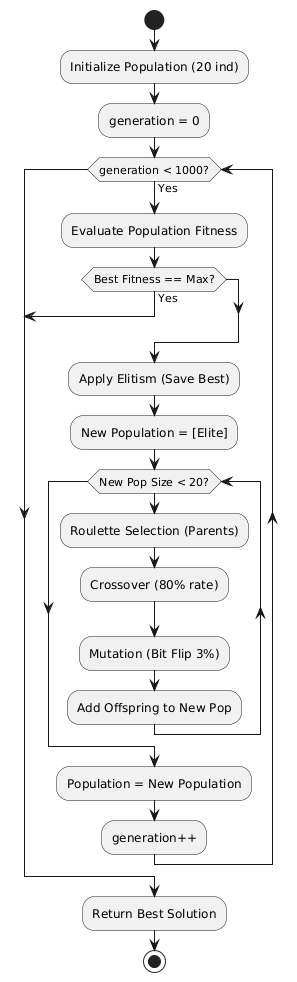
Before: references/activity_genetic_uml.png, a diagram exported from PlantUML (Code-AldreySandre/Royal-Search). Its diagram source:
```plantuml
@startuml
start
:Initialize Population (20 ind);
:generation = 0;

while (generation < 1000?) is (Yes)
    :Evaluate Population Fitness;

    if (Best Fitness == Max?) then (Yes)
        break
    endif

    :Apply Elitism (Save Best);
    :New Population = [Elite];

    while (New Pop Size < 20?)
        :Roulette Selection (Parents);
        :Crossover (80% rate);
        :Mutation (Bit Flip 3%);
        :Add Offspring to New Pop;
    endwhile

    :Population = New Population;
    :generation++;
endwhile

:Return Best Solution;
stop
@enduml
```
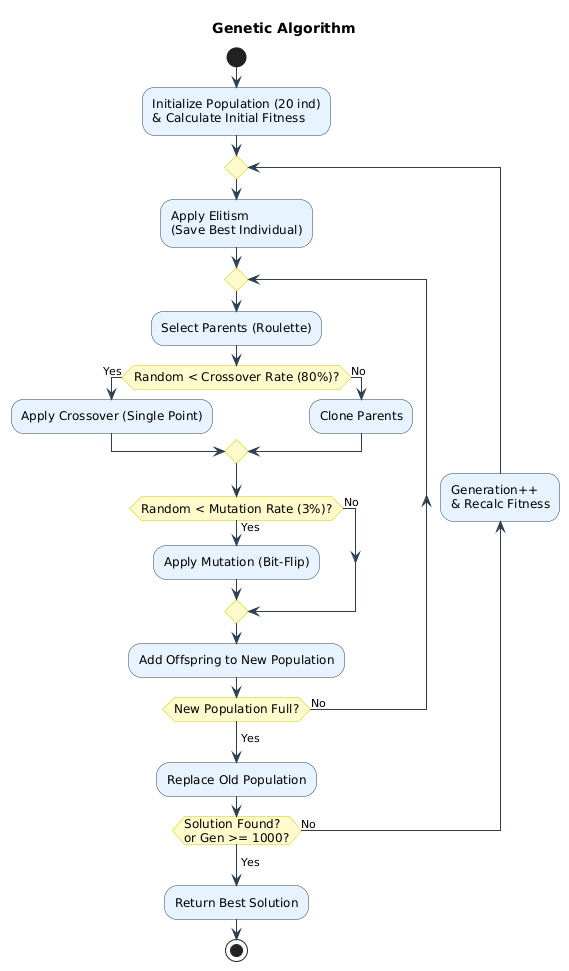
After the change.

Diff of the diagram source:
```diff
@@ -1,29 +1,61 @@
 @startuml
+skinparam backgroundColor white
+skinparam shadow false
+
+skinparam Activity {
+  BackgroundColor #E6F2FF
+  BorderColor #2C3E50
+  FontName Arial
+  FontSize 12
+  ArrowColor #2C3E50
+}
+
+skinparam ActivityDiamond {
+  BackgroundColor #FFFACD
+  BorderColor #D4C600
+}
+
+title Genetic Algorithm
+
 start
-:Initialize Population (20 ind);
-:generation = 0;
 
-while (generation < 1000?) is (Yes)
-    :Evaluate Population Fitness;
+:Initialize Population (20 ind)
+& Calculate Initial Fitness;
 
-    if (Best Fitness == Max?) then (Yes)
-        break
+repeat
+
+  :Apply Elitism
+  (Save Best Individual);
+
+  repeat
+    :Select Parents (Roulette);
+
+    if (Random < Crossover Rate (80%)?) then (Yes)
+        :Apply Crossover (Single Point);
+    else (No)
+        :Clone Parents;
     endif
 
-    :Apply Elitism (Save Best);
-    :New Population = [Elite];
+    if (Random < Mutation Rate (3%)?) then (Yes)
+        :Apply Mutation (Bit-Flip);
+    else (No)
+    endif
 
-    while (New Pop Size < 20?)
-        :Roulette Selection (Parents);
-        :Crossover (80% rate);
-        :Mutation (Bit Flip 3%);
-        :Add Offspring to New Pop;
-    endwhile
+    :Add Offspring to New Population;
 
-    :Population = New Population;
-    :generation++;
-endwhile
+  repeat while (New Population Full?) is (No)
+  -> Yes;
+
+  :Replace Old Population;
+
+backward :Generation++
+& Recalc Fitness;
+
+repeat while (Solution Found?
+or Gen >= 1000?) is (No)
+-> Yes;
 
 :Return Best Solution;
+
 stop
 @enduml
```
